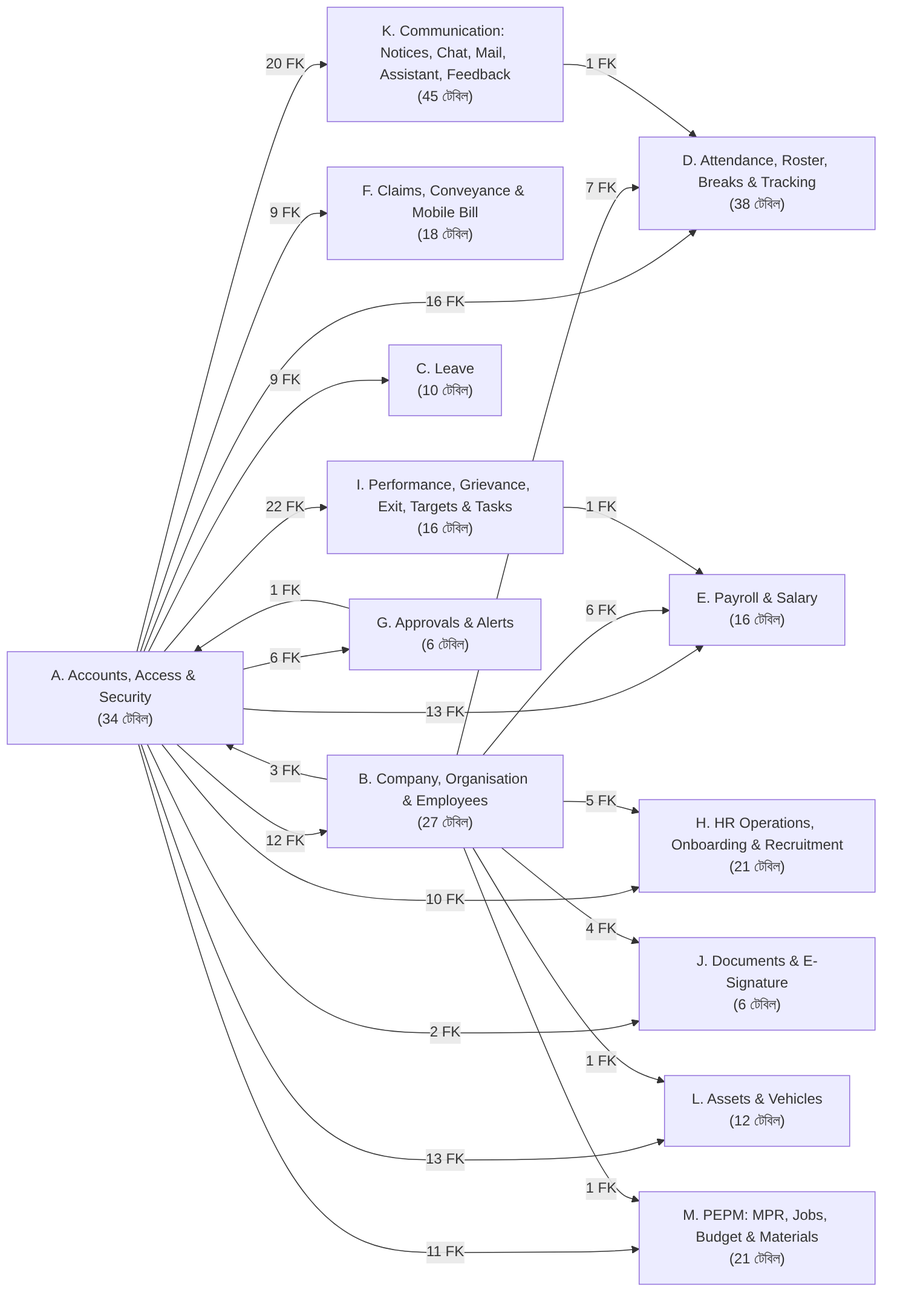
ruhulamencredence/CredenceHR keeps this Mermaid diagram as docs/architecture/database/diagrams/00-module-map.png. Above is the earlier version. Its source is kept beside it as docs/architecture/database/diagrams/00-module-map.mmd.
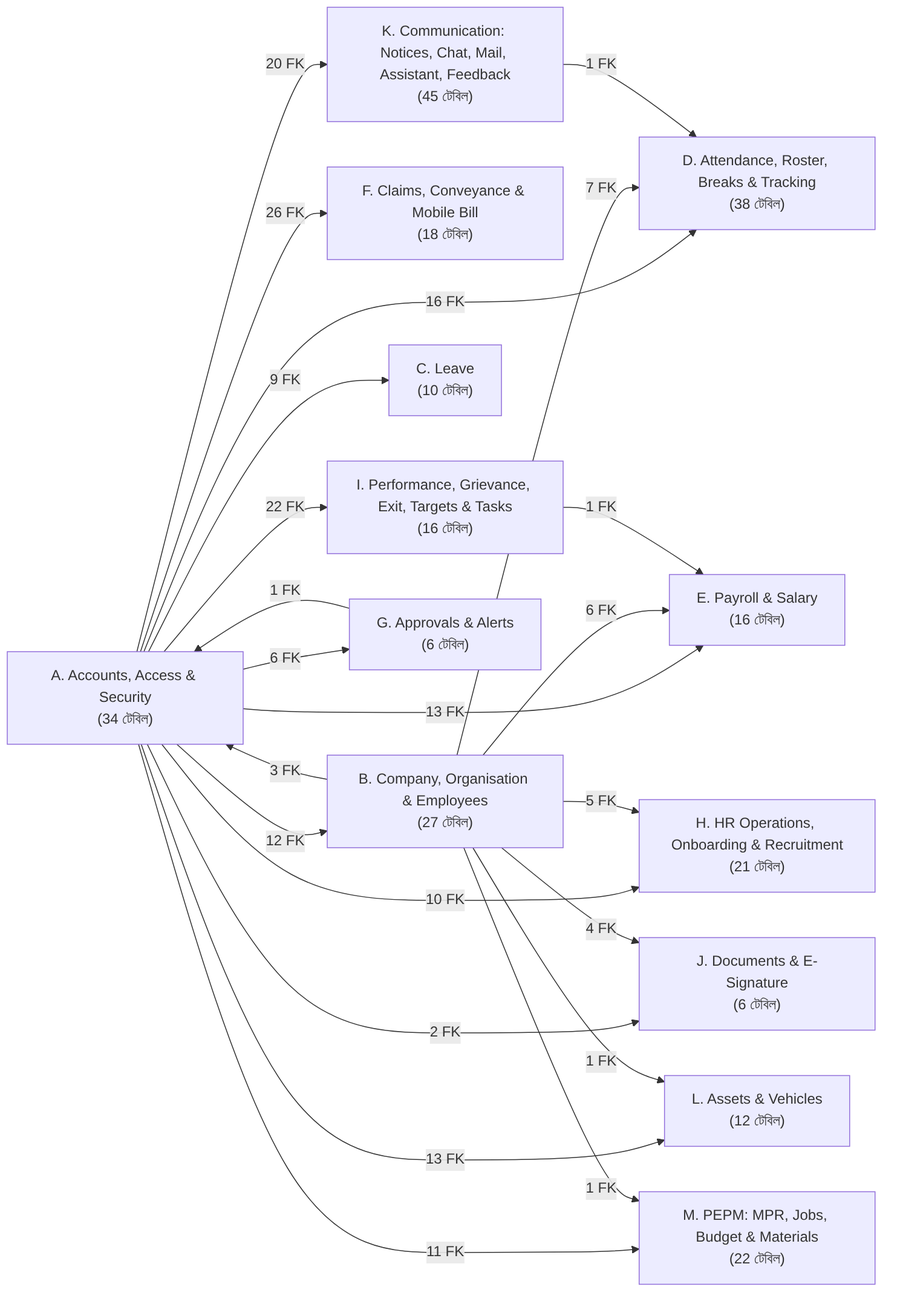
The same diagram one commit later.

Change to the diagram source:
```diff
@@ -3,7 +3,7 @@
   H["H. HR Operations, Onboarding & Recruitment<br/>(21 টেবিল)"]
   D["D. Attendance, Roster, Breaks & Tracking<br/>(38 টেবিল)"]
   A["A. Accounts, Access & Security<br/>(34 টেবিল)"]
-  M["M. PEPM: MPR, Jobs, Budget & Materials<br/>(21 টেবিল)"]
+  M["M. PEPM: MPR, Jobs, Budget & Materials<br/>(22 টেবিল)"]
   F["F. Claims, Conveyance & Mobile Bill<br/>(18 টেবিল)"]
   B["B. Company, Organisation & Employees<br/>(27 টেবিল)"]
   C["C. Leave<br/>(10 টেবিল)"]
@@ -16,7 +16,7 @@
   A -->|9 FK| C
   A -->|16 FK| D
   A -->|13 FK| E
-  A -->|9 FK| F
+  A -->|26 FK| F
   A -->|6 FK| G
   A -->|10 FK| H
   A -->|22 FK| I
```
